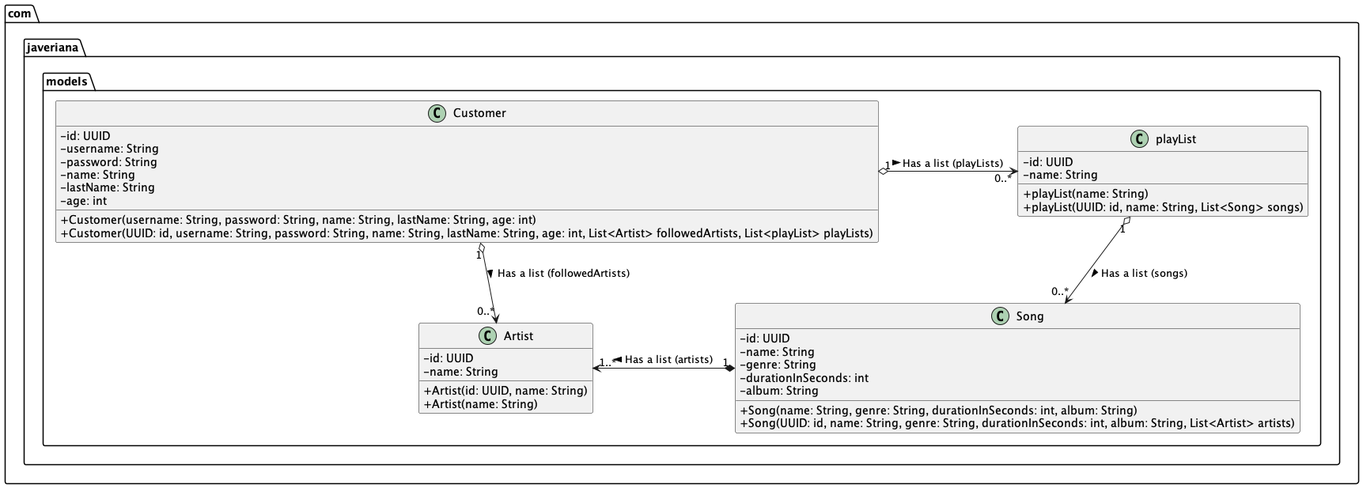
clase-programacion-avanzada/JAVA-Workshop-7 keeps this PlantUML diagram as assets/workshop7-diagram-models-spotify.png. Above is the earlier version.
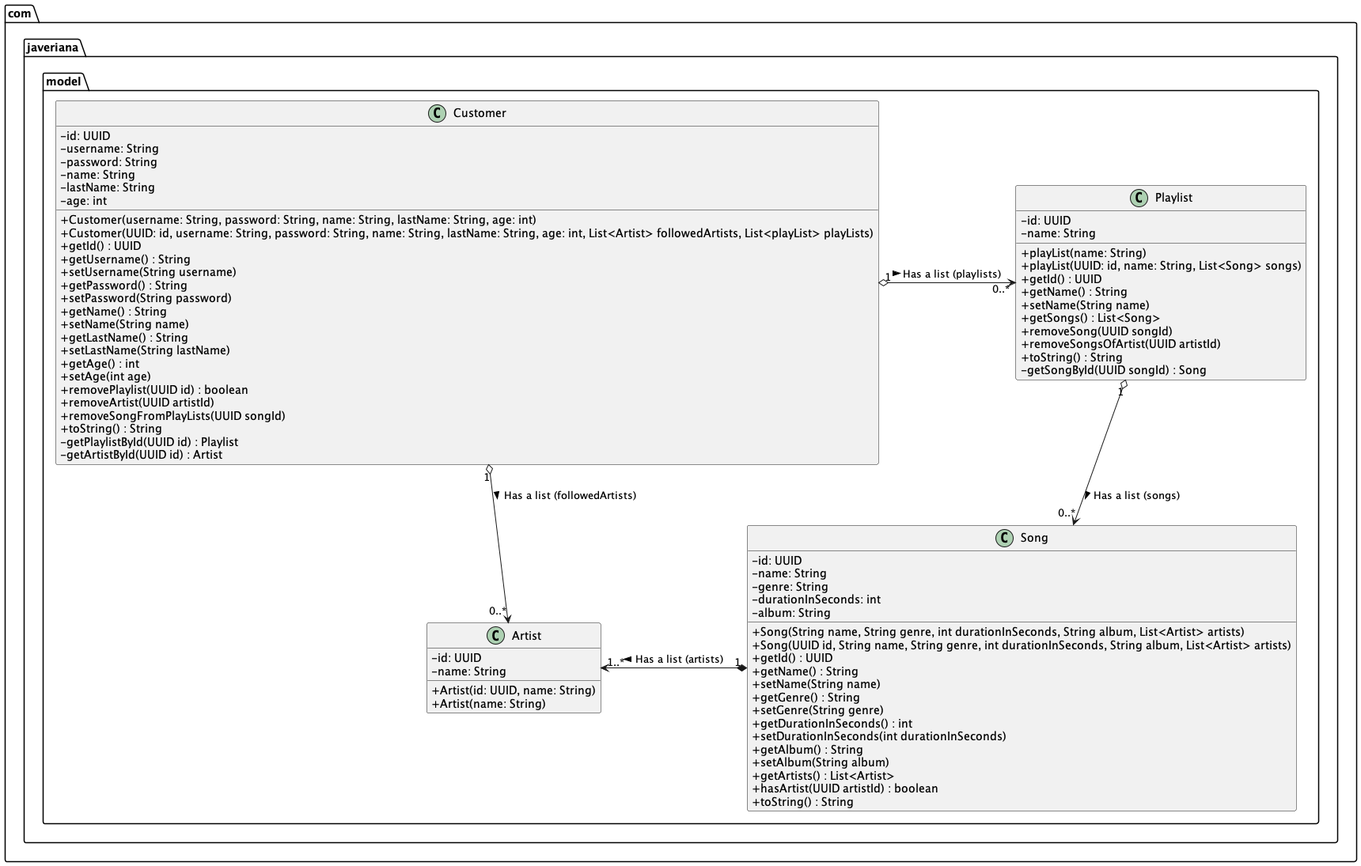
After the commit.

Change to the diagram source:
```diff
@@ -1,6 +1,6 @@
 @startuml
 skinparam classAttributeIconSize 0
-class com.javeriana.models.Artist $Artist {
+class com.javeriana.model.Artist $Artist {
     - id: UUID
     - name: String
 
@@ -8,7 +8,7 @@
     + Artist(name: String)
 }
 
-class com.javeriana.models.Customer $Customer {
+class com.javeriana.model.Customer $Customer {
     - id: UUID
     - username: String
     - password: String
@@ -18,87 +18,135 @@
 
     + Customer(username: String, password: String, name: String, lastName: String, age: int)
     + Customer(UUID: id, username: String, password: String, name: String, lastName: String, age: int, List<Artist> followedArtists, List<playList> playLists)
+
+
+    + getId() : UUID
+    + getUsername() : String
+    + setUsername(String username)
+    + getPassword() : String
+    + setPassword(String password)
+    + getName() : String
+    + setName(String name)
+    + getLastName() : String
+    + setLastName(String lastName)
+    + getAge() : int
+    + setAge(int age)
+    + removePlaylist(UUID id) : boolean
+    + removeArtist(UUID artistId)
+    + removeSongFromPlayLists(UUID songId)
+    + toString() : String
+    - getPlaylistById(UUID id) : Playlist
+    - getArtistById(UUID id) : Artist
 }
 
-class com.javeriana.models.playList $PlayList {
+class com.javeriana.model.Playlist $Playlist {
     - id: UUID
     - name: String
 
     + playList(name: String)
     + playList(UUID: id, name: String, List<Song> songs)
+
+
+    + getId() : UUID
+    + getName() : String
+    + setName(String name)
+    + getSongs() : List<Song>
+    + removeSong(UUID songId)
+    + removeSongsOfArtist(UUID artistId)
+    + toString() : String
+    - getSongById(UUID songId) : Song
 }
 
-class com.javeriana.models.Song $Song {
+class com.javeriana.model.Song $Song {
     - id: UUID
     - name: String
     - genre: String
     - durationInSeconds: int
     - album: String
 
-    + Song(name: String, genre: String, durationInSeconds: int, album: String)
-    + Song(UUID: id, name: String, genre: String, durationInSeconds: int, album: String, List<Artist> artists)
+    + Song(String name, String genre, int durationInSeconds, String album, List<Artist> artists)
+    + Song(UUID id, String name, String genre, int durationInSeconds, String album, List<Artist> artists)
+    + getId() : UUID
+    + getName() : String
+    + setName(String name)
+    + getGenre() : String
+    + setGenre(String genre)
+    + getDurationInSeconds() : int
+    + setDurationInSeconds(int durationInSeconds)
+    + getAlbum() : String
+    + setAlbum(String album)
+    + getArtists() : List<Artist>
+    + hasArtist(UUID artistId) : boolean
+    + toString() : String
 }
 
-class com.javeriana.services.ArtistService $ArtistService {
+class com.javeriana.service.ArtistService $ArtistService {
 
     + ArtistService()
 
-    + getArtists(): List<Artist>
-    + addArtist(name: String): Artist
-    + removeArtist(id: String): boolean
-    + getArtistById(id: String): Artist
-    + getArtistsToString(): List<String>
+
+    + getArtists() : List<Artist>
+    + addArtist(String name) : Artist
+    + getArtistById(UUID id) : Artist
+    + removeArtist(UUID id) : boolean
+    + getArtistsToString() : List<String>
+    + getArtistsByIds(List<UUID> artists) : List<Artist>
 }
 
-class com.javeriana.services.CustomerAdminService $CustomerAdminService {
+class com.javeriana.service.CustomerAdminService $CustomerAdminService {
 
     + CustomerAdminService()
 
-    + getCustomers(): List<Customer>
-    + addCustomer(username: String, password: String, name: String, lastName: String, age: int): Customer
-    + removeCustomer(id: String): boolean
-    + getCustomerById(id: String): Customer
-    + getCustomersToString(): List<String>
+
+    + getCustomers() : List<Customer>
+    + addCustomer(String username, String password, String name, String lastName, int age)
+    + removeCustomer(UUID id) : boolean
+    + getCustomerById(UUID id) : Customer
+    + getCustomersToString() : List<String>
+    + removePlaylistFromCustomers(UUID playlistId)
+    + removeArtistFromCustomers(UUID artistId)
 }
 
-class com.javeriana.services.SongService $SongService {
+class com.javeriana.service.SongService $SongService {
 
     + SongService()
 
-    + getSongs(): List<Song>
-    + addSong(name: String, genre: String, durationInSeconds: int, album: String, List<Artist>): Song
-    + removeSong(id: String): boolean
-    + getSongById(id: String): Song
-    + getSongsToString(): List<String>
+
+    + getSongs() : List<Song>
+    + addSong(String name, String genre, int durationInSeconds, String album, List<Artist> artists)
+    + removeSong(UUID songId) : boolean
+    + getSongById(UUID songId) : Song
+    + removeSongsOfArtist(UUID artistId)
+    + getSongsToString() : List<String>
 }
 
-class com.javeriana.services.PlayListService $PlayListService {
+class com.javeriana.service.PlaylistService $PlaylistService {
 
-    + PlayListService()
-
-    + getPlayLists(): List<playList>
-    + addPlayList(name: String): playList
-    + removePlayList(id: String): boolean
-    + getPlayListById(id: String): playList
-    + getPlayListsToString(): List<String>
+    + PlaylistService()
+    + getPlaylists() : List<Playlist>
+    + addPlaylist(String name)
+    + removePlaylist(UUID id) : boolean
+    + getPlaylistById(UUID id) : Playlist
+    + removeSongsOfArtist(UUID artistId)
+    + getPlaylistsToString() : List<String>
+    + removeSongFromPlaylists(UUID uuid)
 }
 
-class com.javeriana.controllers.AdminController $AdminController {
+class com.javeriana.controller.AdminController $AdminController {
 
-    + AdminController(artistService: ArtistService, customerAdminService: CustomerAdminService, songService: SongService, playListService: PlayListService)
-
-    + addArtist(name: String): void
-    + removeArtist(id: String): void
-    + addCustomer(username: String, password: String, name: String, lastName: String, age: int): void
-    + removeCustomer(id: String): void
-    + addSong(name: String, genre: String, durationInSeconds: int, album: String, List<Artist>): void
-    + removeSong(id: String): void
-    + addPlayList(name: String): void
-    + removePlayList(id: String): void
-    + getCustomersToString(): List<String>
-    + getSongsToString(): List<String>
-    + getArtistsToString(): List<String>
-    + getPlayListsToString(): List<String>
+     + AdminController(ArtistService artistService, CustomerAdminService customerAdminService, SongService songService, PlaylistService playlistService)
+     + addArtist(String name)
+     + removeArtist(String id)
+     + addCustomer(String username, String password, String name, String lastName, int age)
+     + removeCustomer(String id)
+     + addSong(String name, String genre, int durationInSeconds, String album, List<String> artistIds)
+     + removeSong(String id)
+     + addPlaylist(String name)
+     + removePlaylist(String id)
+     + getArtistsToString() : List<String>
+     + getCustomersToString() : List<String>
+     + getSongsToString() : List<String>
+     + getPlaylistsToString() : List<String>
 
 }
 
@@ -106,21 +154,20 @@
 
     - scanner : Scanner
 
-    + AdminView(adminController: AdminController)
-
-    + showMenu(): void
-    + addArtist(): void
-    + removeArtist(): void
-    + addCustomer(): void
-    + removeCustomer(): void
-    + addSong(): void
-    + removeSong(): void
-    + addPlayList(): void
-    + removePlayList(): void
-    + showCustomers(): void
-    + showSongs(): void
-    + showArtists(): void
-    + showPlayLists(): void
+    + AdminView(AdminController adminController, Scanner scanner)
+    + showMenu()
+    - showPlaylists()
+    - showArtists()
+    - showCustomers()
+    - showSongs()
+    - removePlaylist()
+    - addPlaylist()
+    - addCustomer()
+    - removeCustomer()
+    - removeSong()
+    - addSong()
+    - removeArtist()
+    - addArtist()
 }
 
 class Main $Main {
@@ -131,22 +178,22 @@
 
 }
 
-com.javeriana.models.Customer "1" o-> "0..*" com.javeriana.models.playList : Has a list (playLists) >
-com.javeriana.models.Customer "1" o--> "0..*" com.javeriana.models.Artist : Has a list (followedArtists) >
-com.javeriana.models.playList "1" o--> "0..*" com.javeriana.models.Song : Has a list (songs) >
-com.javeriana.models.Song "1" *-> "1..*" com.javeriana.models.Artist : Has a list (artists) >
+com.javeriana.model.Customer "1" o-> "0..*" com.javeriana.model.Playlist : Has a list (playlists) >
+com.javeriana.model.Customer "1" o--> "0..*" com.javeriana.model.Artist : Has a list (followedArtists) >
+com.javeriana.model.Playlist "1" o--> "0..*" com.javeriana.model.Song : Has a list (songs) >
+com.javeriana.model.Song "1" *-> "1..*" com.javeriana.model.Artist : Has a list (artists) >
 
-com.javeriana.services.ArtistService "1" o--> "*" com.javeriana.models.Artist : Has a list (artists) >
-com.javeriana.services.CustomerAdminService "1" o--> "*" com.javeriana.models.Customer : Has a list (customers) >
-com.javeriana.services.SongService "1" o--> "*" com.javeriana.models.Song : Has a list (songs) >
-com.javeriana.services.PlayListService "1" o--> "*" com.javeriana.models.playList : Has a list (playLists) >
+com.javeriana.service.ArtistService "1" o--> "*" com.javeriana.model.Artist : Has a list (artists) >
+com.javeriana.service.CustomerAdminService "1" o--> "*" com.javeriana.model.Customer : Has a list (customers) >
+com.javeriana.service.SongService "1" o-> "*" com.javeriana.model.Song : Has a list (songs) >
+com.javeriana.service.PlaylistService "1" o-> "*" com.javeriana.model.Playlist : Has a list (playLists) >
 
-com.javeriana.controllers.AdminController "1" *--> "1" com.javeriana.services.ArtistService : Uses >
-com.javeriana.controllers.AdminController "1" *--> "1" com.javeriana.services.CustomerAdminService : Uses >
-com.javeriana.controllers.AdminController "1" *--> "1" com.javeriana.services.SongService : Uses >
-com.javeriana.controllers.AdminController "1" *--> "1" com.javeriana.services.PlayListService : Uses >
+com.javeriana.controller.AdminController "1" *--> "1" com.javeriana.service.ArtistService : Uses >
+com.javeriana.controller.AdminController "1" *--> "1" com.javeriana.service.CustomerAdminService : Uses >
+com.javeriana.controller.AdminController "1" *--> "1" com.javeriana.service.SongService : Uses >
+com.javeriana.controller.AdminController "1" *--> "1" com.javeriana.service.PlaylistService : Uses >
 
-com.javeriana.views.AdminView "1" *--> "1" com.javeriana.controllers.AdminController : Uses >
+com.javeriana.views.AdminView "1" *--> "1" com.javeriana.controller.AdminController : Uses >
 
 Main -down-> AdminView : Creates >
 
@@ -159,6 +206,13 @@
 
 remove $CustomerAdminService
 remove $SongService
-remove $PlayListService
+remove $PlaylistService
 remove $ArtistService
+
+
+
+
+
+
+
 @enduml
```
